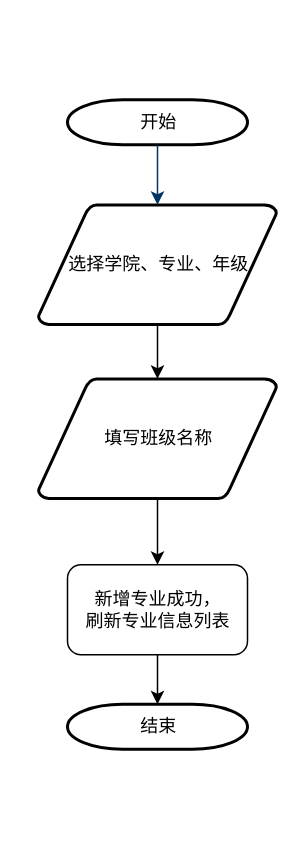
The draw.io diagram 保存.drawio in Gonod20s/Voice-Controlled-Robot, before the edit. Source tidied: cells renumbered, new cells numbered last; positions are measured from the earlier drawing's top-left corner, leaving out a move shared by most shapes. Both pictures are drawn from the tidied source at 150%, with x=0, y=0 at pixel (38, 99).
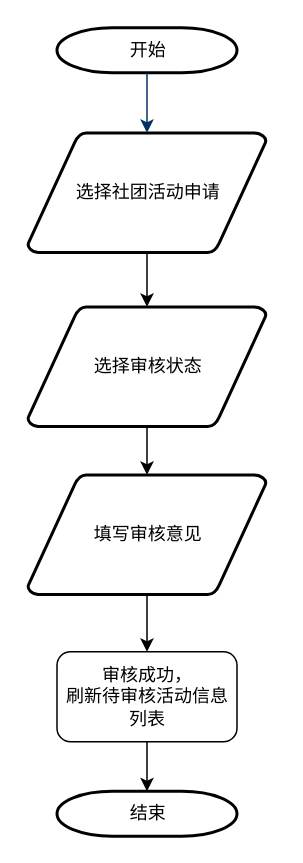
After the change.

The edit, as a diff of the source:
```diff
@@
 <mxGraphModel>
   <root>
     <mxCell id="0" />
     <mxCell id="1" parent="0" />
     <mxCell id="2" value="开始" style="shape=mxgraph.flowchart.terminator;strokeWidth=2;gradientColor=none;gradientDirection=north;fontStyle=0;html=1;" parent="1" vertex="1">
-      <mxGeometry x="19.5" width="120" height="30" as="geometry" />
+      <mxGeometry x="12.5" y="-48" width="120" height="30" as="geometry" />
     </mxCell>
-    <mxCell id="3" style="edgeStyle=orthogonalEdgeStyle;rounded=0;jettySize=auto;html=1;" parent="1" edge="1" source="4" target="10">
-      <mxGeometry relative="1" as="geometry" />
-    </mxCell>
-    <mxCell id="4" value="选择学院、专业、年级" style="shape=mxgraph.flowchart.data;strokeWidth=2;gradientColor=none;gradientDirection=north;fontStyle=0;html=1;" parent="1" vertex="1">
-      <mxGeometry y="70" width="159" height="80" as="geometry" />
-    </mxCell>
-    <mxCell id="5" style="fontStyle=1;strokeColor=#003366;strokeWidth=1;html=1;" parent="1" edge="1" source="2" target="4">
-      <mxGeometry relative="1" as="geometry" />
-    </mxCell>
+    <mxCell id="11" style="edgeStyle=orthogonalEdgeStyle;rounded=0;jettySize=auto;html=1;" parent="1" edge="1" source="12" target="17">
+      <mxGeometry relative="1" as="geometry" />
+    </mxCell>
+    <mxCell id="12" value="选择社团活动申请" style="shape=mxgraph.flowchart.data;strokeWidth=2;gradientColor=none;gradientDirection=north;fontStyle=0;html=1;" parent="1" vertex="1">
+      <mxGeometry x="-7" y="22" width="159" height="80" as="geometry" />
+    </mxCell>
+    <mxCell id="13" style="fontStyle=1;strokeColor=#003366;strokeWidth=1;html=1;" parent="1" edge="1" source="2" target="12">
+      <mxGeometry relative="1" as="geometry" />
+    </mxCell>
     <mxCell id="6" value="结束" style="shape=mxgraph.flowchart.terminator;strokeWidth=2;gradientColor=none;gradientDirection=north;fontStyle=0;html=1;" parent="1" vertex="1">
-      <mxGeometry x="19.5" y="403" width="120" height="30" as="geometry" />
+      <mxGeometry x="12.5" y="461" width="120" height="30" as="geometry" />
     </mxCell>
-    <mxCell id="7" style="edgeStyle=orthogonalEdgeStyle;rounded=0;jettySize=auto;html=1;" parent="1" edge="1" source="8" target="6">
-      <mxGeometry relative="1" as="geometry" />
-    </mxCell>
-    <mxCell id="8" value="新增专业成功，&lt;div&gt;刷新专业信息列表&lt;/div&gt;" style="rounded=1;whiteSpace=wrap;html=1;" parent="1" vertex="1">
-      <mxGeometry x="19.5" y="310" width="120" height="60" as="geometry" />
-    </mxCell>
-    <mxCell id="9" style="edgeStyle=orthogonalEdgeStyle;rounded=0;jettySize=auto;html=1;" parent="1" edge="1" source="10" target="8">
-      <mxGeometry relative="1" as="geometry" />
-    </mxCell>
-    <mxCell id="10" value="填写班级名称" style="shape=mxgraph.flowchart.data;strokeWidth=2;gradientColor=none;gradientDirection=north;fontStyle=0;html=1;" parent="1" vertex="1">
-      <mxGeometry y="186" width="159" height="80" as="geometry" />
-    </mxCell>
+    <mxCell id="14" style="edgeStyle=orthogonalEdgeStyle;rounded=0;jettySize=auto;html=1;" parent="1" edge="1" source="15" target="6">
+      <mxGeometry relative="1" as="geometry" />
+    </mxCell>
+    <mxCell id="15" value="审核成功，&lt;div&gt;刷新待审核活动信息列表&lt;/div&gt;" style="rounded=1;whiteSpace=wrap;html=1;" parent="1" vertex="1">
+      <mxGeometry x="12.5" y="368" width="120" height="60" as="geometry" />
+    </mxCell>
+    <mxCell id="16" style="edgeStyle=orthogonalEdgeStyle;rounded=0;jettySize=auto;html=1;" parent="1" edge="1" source="17" target="19">
+      <mxGeometry relative="1" as="geometry" />
+    </mxCell>
+    <mxCell id="17" value="选择审核状态" style="shape=mxgraph.flowchart.data;strokeWidth=2;gradientColor=none;gradientDirection=north;fontStyle=0;html=1;" parent="1" vertex="1">
+      <mxGeometry x="-7" y="138" width="159" height="80" as="geometry" />
+    </mxCell>
+    <mxCell id="18" style="edgeStyle=orthogonalEdgeStyle;rounded=0;jettySize=auto;html=1;" parent="1" edge="1" source="19" target="15">
+      <mxGeometry relative="1" as="geometry" />
+    </mxCell>
+    <mxCell id="19" value="填写审核意见" style="shape=mxgraph.flowchart.data;strokeWidth=2;gradientColor=none;gradientDirection=north;fontStyle=0;html=1;" parent="1" vertex="1">
+      <mxGeometry x="-7" y="250" width="159" height="80" as="geometry" />
+    </mxCell>
   </root>
 </mxGraphModel>
```
